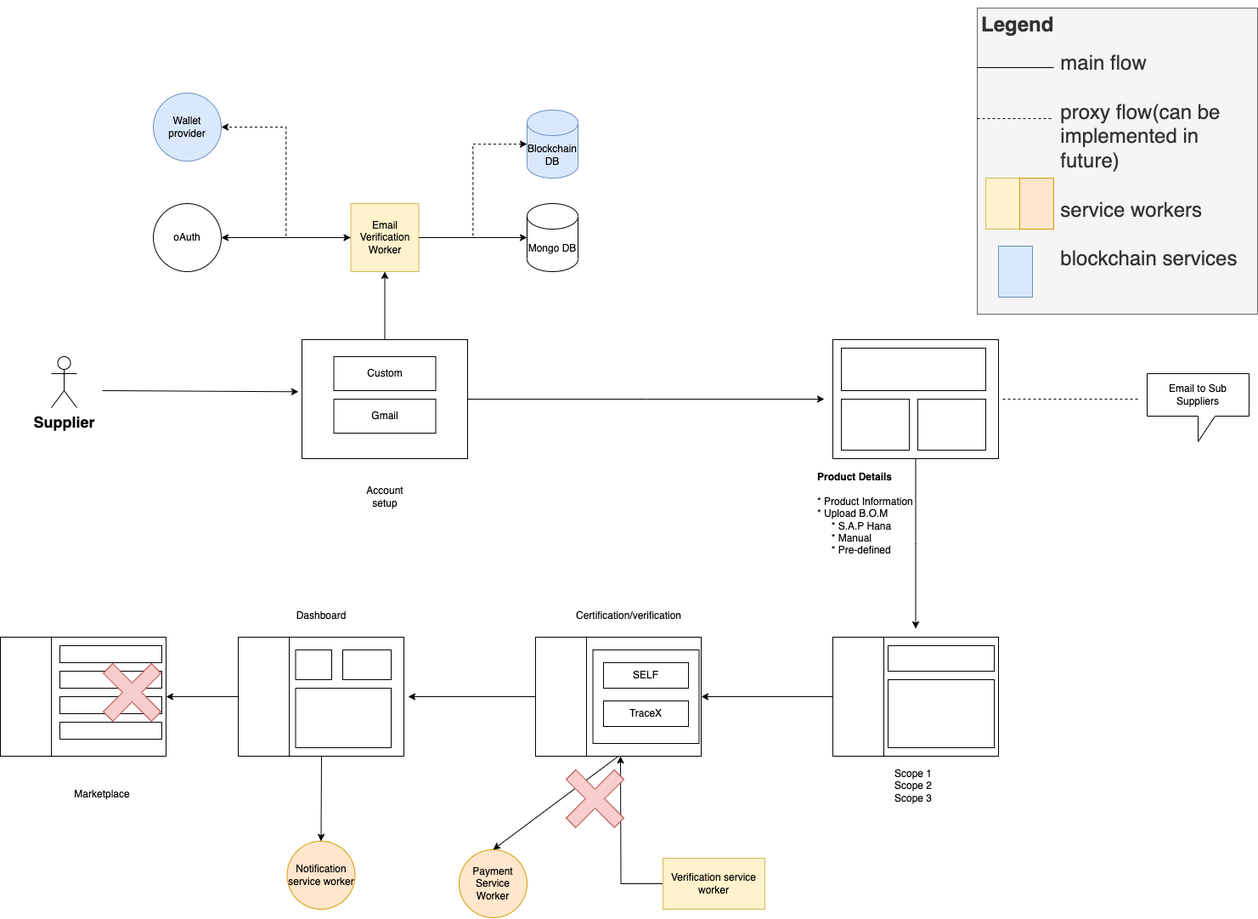
Before: system-diagram-tracex.drawio.png, a diagram exported from draw.io (PriyathamVarma/traceX). Source tidied: cells renumbered, new cells last; positions are measured from the earlier drawing's top-left corner, leaving out a move shared by most shapes.
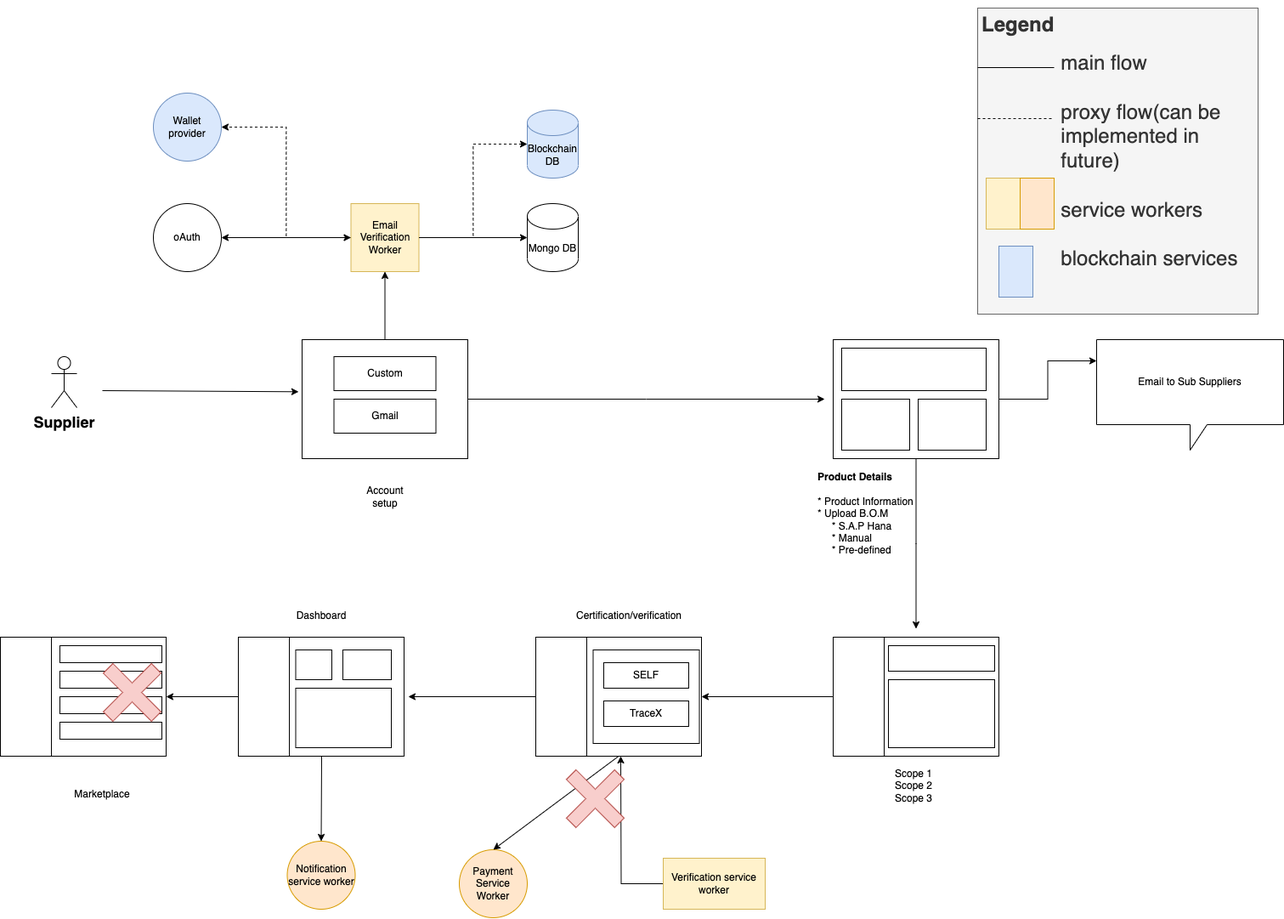
After the commit.

Diff of the diagram source:
```diff
@@ -54,14 +54,8 @@
       <mxGeometry x="1080" y="460" width="80" height="60" as="geometry" />
     </mxCell>
     <mxCell id="17" value="Email to Sub Suppliers" style="shape=callout;whiteSpace=wrap;html=1;perimeter=calloutPerimeter;" parent="1" vertex="1">
-      <mxGeometry x="1350" y="430" width="120" height="80" as="geometry" />
+      <mxGeometry x="1290" y="390" width="220" height="130" as="geometry" />
     </mxCell>
-    <mxCell id="18" style="endArrow=none;dashed=1;html=1;rounded=0;" parent="1" edge="1">
-      <mxGeometry relative="1" as="geometry">
-        <mxPoint x="1180" y="460" as="sourcePoint" />
-        <mxPoint x="1340" y="460" as="targetPoint" />
-      </mxGeometry>
-    </mxCell>
     <mxCell id="19" style="rounded=0;whiteSpace=wrap;html=1;" parent="1" vertex="1">
       <mxGeometry x="980" y="740" width="195" height="140" as="geometry" />
     </mxCell>
@@ -221,5 +215,8 @@
     <mxCell id="67" style="rounded=0;whiteSpace=wrap;html=1;fillColor=#dae8fc;strokeColor=#6c8ebf;" parent="1" vertex="1">
       <mxGeometry x="1175" y="280" width="40" height="60" as="geometry" />
     </mxCell>
+    <mxCell id="68" style="edgeStyle=orthogonalEdgeStyle;rounded=0;jettySize=auto;html=1;entryX=0;entryY=0;entryDx=0;entryDy=25;entryPerimeter=0;" parent="1" edge="1" source="12" target="17">
+      <mxGeometry relative="1" as="geometry" />
+    </mxCell>
   </root>
 </mxGraphModel>
```
